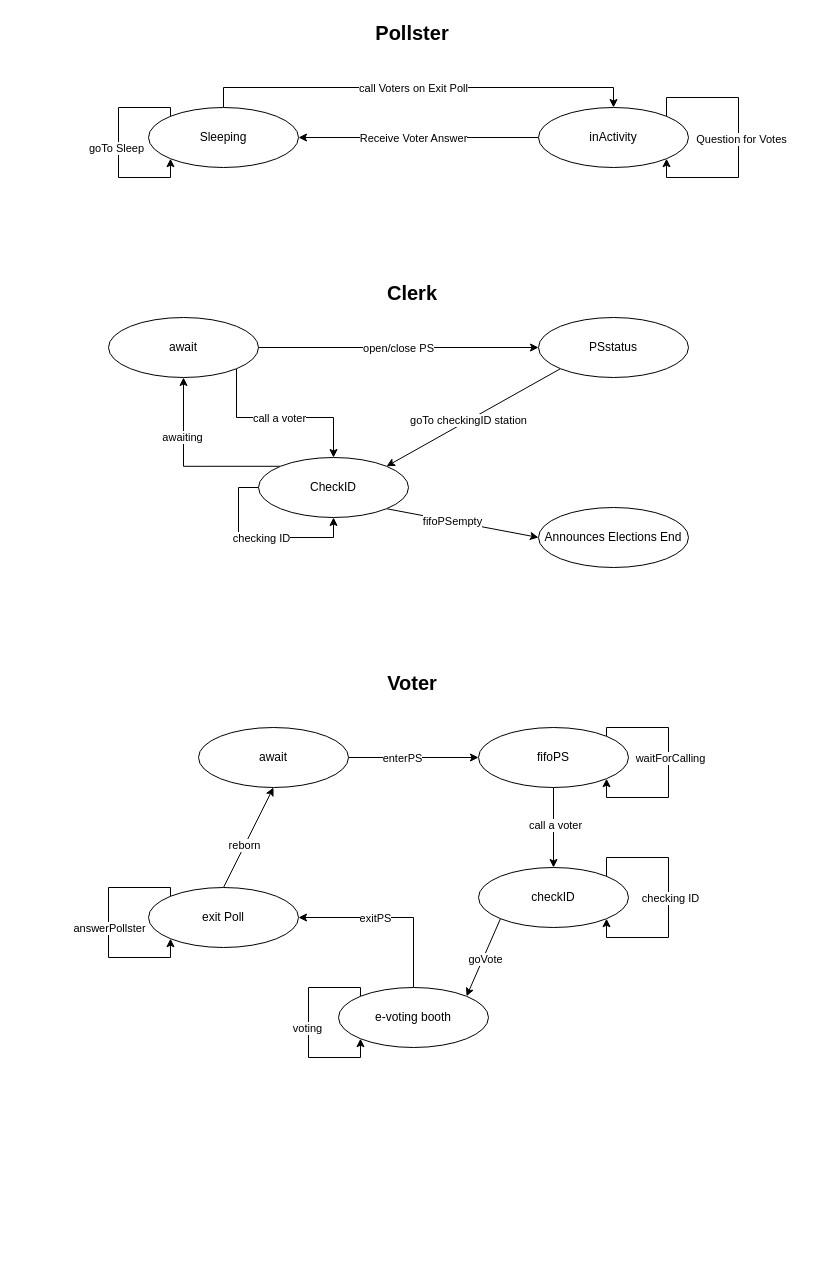
PedroMiguelTorresCarneiro/SD keeps this draw.io diagram as sd_assignment1.drawio. Above is the earlier version. Source tidied: cells renumbered, new cells numbered last; positions are measured from the earlier drawing's top-left corner, leaving out a move shared by most shapes. Both pictures are drawn from the tidied source at 100%, with x=0, y=0 at pixel (108, 17).
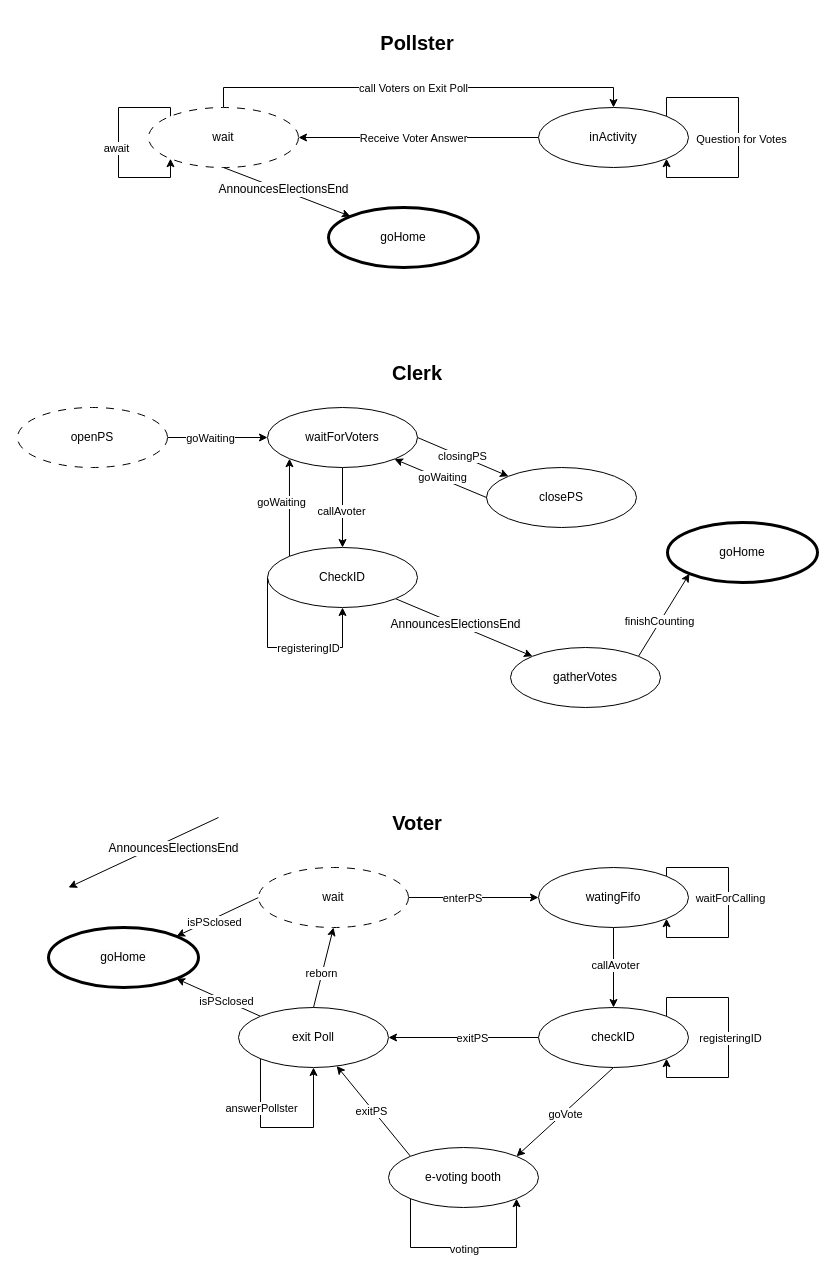
Above is the later version.

The change refers to these unchanged cells:
```xml
<mxCell id="11" style="edgeStyle=orthogonalEdgeStyle;rounded=0;orthogonalLoop=1;jettySize=auto;html=1;exitX=0;exitY=0;exitDx=0;exitDy=0;entryX=0;entryY=1;entryDx=0;entryDy=0;" parent="1" edge="1" source="5" target="5">
  <mxGeometry relative="1" as="geometry">
    <Array as="points">
      <mxPoint x="62" y="90" />
      <mxPoint x="10" y="90" />
      <mxPoint x="10" y="160" />
      <mxPoint x="62" y="160" />
    </Array>
  </mxGeometry>
</mxCell>
<mxCell id="34" style="edgeStyle=orthogonalEdgeStyle;rounded=0;jettySize=auto;html=1;exitX=0.5;exitY=1;exitDx=0;exitDy=0;entryX=0.5;entryY=0;entryDx=0;entryDy=0;" parent="1" edge="1" source="36" target="39">
  <mxGeometry relative="1" as="geometry" />
</mxCell>
```

The edit, as a diff of the source:
```diff
@@
     <mxCell id="2" value="&lt;b&gt;&lt;font style=&quot;font-size: 20px;&quot;&gt;Pollster&lt;/font&gt;&lt;/b&gt;" style="text;html=1;align=center;verticalAlign=middle;whiteSpace=wrap;rounded=0;" parent="1" vertex="1">
-      <mxGeometry x="264" width="80" height="30" as="geometry" />
+      <mxGeometry x="269" y="10" width="80" height="30" as="geometry" />
     </mxCell>
@@
+    <mxCell id="54" style="rounded=0;jettySize=auto;html=1;exitX=0.5;exitY=1;exitDx=0;exitDy=0;entryX=0;entryY=0;entryDx=0;entryDy=0;" parent="1" edge="1" source="5" target="67">
+      <mxGeometry relative="1" as="geometry" />
+    </mxCell>
+    <mxCell id="55" value="&lt;span style=&quot;font-size: 12px; text-wrap: wrap; background-color: rgb(251, 251, 251);&quot;&gt;AnnouncesElectionsEnd&lt;/span&gt;" style="edgeLabel;html=1;align=center;verticalAlign=middle;" parent="54" vertex="1">
+      <mxGeometry x="-0.07" y="1" relative="1" as="geometry" />
+    </mxCell>
-    <mxCell id="5" value="Sleeping" style="ellipse;whiteSpace=wrap;html=1;" parent="1" vertex="1">
+    <mxCell id="5" value="wait" style="ellipse;whiteSpace=wrap;html=1;dashed=1;dashPattern=8 8;" parent="1" vertex="1">
       <mxGeometry x="40" y="90" width="150" height="60" as="geometry" />
     </mxCell>
@@
-    <mxCell id="12" value="goTo Sleep" style="edgeLabel;html=1;align=center;verticalAlign=middle;" parent="11" vertex="1">
+    <mxCell id="12" value="await" style="edgeLabel;html=1;align=center;verticalAlign=middle;" parent="11" vertex="1">
       <mxGeometry x="0.03" y="-3" relative="1" as="geometry">
         <mxPoint y="-3" as="offset" />
       </mxGeometry>
     </mxCell>
     <mxCell id="13" value="&lt;b&gt;&lt;font style=&quot;font-size: 20px;&quot;&gt;Clerk&lt;/font&gt;&lt;/b&gt;" style="text;html=1;align=center;verticalAlign=middle;whiteSpace=wrap;rounded=0;" parent="1" vertex="1">
-      <mxGeometry x="274" y="260" width="60" height="30" as="geometry" />
+      <mxGeometry x="279" y="340" width="60" height="30" as="geometry" />
     </mxCell>
-    <mxCell id="14" style="edgeStyle=orthogonalEdgeStyle;rounded=0;jettySize=auto;html=1;entryX=0;entryY=0.5;entryDx=0;entryDy=0;" parent="1" edge="1" source="18" target="21">
+    <mxCell id="14" style="rounded=0;jettySize=auto;html=1;entryX=1;entryY=0.5;entryDx=0;entryDy=0;startArrow=classic;startFill=1;endArrow=none;endFill=0;" parent="1" edge="1" source="18" target="21">
       <mxGeometry relative="1" as="geometry" />
     </mxCell>
-    <mxCell id="15" value="open/close PS" style="edgeLabel;html=1;align=center;verticalAlign=middle;" parent="14" vertex="1">
+    <mxCell id="15" value="goWaiting" style="edgeLabel;html=1;align=center;verticalAlign=middle;" parent="14" vertex="1">
       <mxGeometry x="-0.19" y="-2" relative="1" as="geometry">
-        <mxPoint x="26" y="-2" as="offset" />
+        <mxPoint x="-17" y="2" as="offset" />
       </mxGeometry>
     </mxCell>
-    <mxCell id="16" style="rounded=0;jettySize=auto;html=1;exitX=1;exitY=1;exitDx=0;exitDy=0;entryX=0.5;entryY=0;entryDx=0;entryDy=0;edgeStyle=orthogonalEdgeStyle;" parent="1" edge="1" source="18" target="26">
+    <mxCell id="16" style="rounded=0;jettySize=auto;html=1;exitX=0.5;exitY=1;exitDx=0;exitDy=0;entryX=0.5;entryY=0;entryDx=0;entryDy=0;" parent="1" edge="1" source="18" target="26">
       <mxGeometry relative="1" as="geometry" />
     </mxCell>
-    <mxCell id="17" value="call a voter" style="edgeLabel;html=1;align=center;verticalAlign=middle;" parent="16" vertex="1">
+    <mxCell id="17" value="callAvoter" style="edgeLabel;html=1;align=center;verticalAlign=middle;" parent="16" vertex="1">
       <mxGeometry x="0.02" y="2" relative="1" as="geometry">
         <mxPoint x="-4" y="2" as="offset" />
       </mxGeometry>
     </mxCell>
+    <mxCell id="56" style="rounded=0;jettySize=auto;html=1;exitX=1;exitY=0.5;exitDx=0;exitDy=0;entryX=0;entryY=0;entryDx=0;entryDy=0;" parent="1" edge="1" source="18" target="68">
+      <mxGeometry relative="1" as="geometry" />
+    </mxCell>
+    <mxCell id="57" value="closingPS" style="edgeLabel;html=1;align=center;verticalAlign=middle;" parent="56" vertex="1">
+      <mxGeometry x="-0.03" relative="1" as="geometry" />
+    </mxCell>
-    <mxCell id="18" value="await" style="ellipse;whiteSpace=wrap;html=1;" parent="1" vertex="1">
-      <mxGeometry y="300" width="150" height="60" as="geometry" />
+    <mxCell id="18" value="waitForVoters" style="ellipse;whiteSpace=wrap;html=1;" parent="1" vertex="1">
+      <mxGeometry x="159" y="390" width="150" height="60" as="geometry" />
     </mxCell>
-    <mxCell id="19" style="rounded=0;jettySize=auto;html=1;exitX=0;exitY=1;exitDx=0;exitDy=0;entryX=1;entryY=0;entryDx=0;entryDy=0;" parent="1" edge="1" source="21" target="26">
-      <mxGeometry relative="1" as="geometry" />
-    </mxCell>
-    <mxCell id="20" value="goTo checkingID station" style="edgeLabel;html=1;align=center;verticalAlign=middle;" parent="19" vertex="1">
-      <mxGeometry x="0.1" y="-1" relative="1" as="geometry">
-        <mxPoint x="4" y="-2" as="offset" />
-      </mxGeometry>
-    </mxCell>
-    <mxCell id="21" value="PSstatus" style="ellipse;whiteSpace=wrap;html=1;" parent="1" vertex="1">
-      <mxGeometry x="430" y="300" width="150" height="60" as="geometry" />
+    <mxCell id="21" value="openPS" style="ellipse;whiteSpace=wrap;html=1;dashed=1;dashPattern=8 8;" parent="1" vertex="1">
+      <mxGeometry x="-91" y="390" width="150" height="60" as="geometry" />
     </mxCell>
-    <mxCell id="22" style="rounded=0;jettySize=auto;html=1;exitX=0;exitY=0;exitDx=0;exitDy=0;entryX=0.5;entryY=1;entryDx=0;entryDy=0;edgeStyle=orthogonalEdgeStyle;" parent="1" edge="1" source="26" target="18">
-      <mxGeometry relative="1" as="geometry">
-        <Array as="points">
-          <mxPoint x="75" y="449" />
-        </Array>
-      </mxGeometry>
+    <mxCell id="22" style="rounded=0;jettySize=auto;html=1;exitX=0;exitY=0;exitDx=0;exitDy=0;entryX=0;entryY=1;entryDx=0;entryDy=0;" parent="1" edge="1" source="26" target="18">
+      <mxGeometry relative="1" as="geometry" />
     </mxCell>
-    <mxCell id="23" value="awaiting" style="edgeLabel;html=1;align=center;verticalAlign=middle;" parent="22" vertex="1">
+    <mxCell id="23" value="goWaiting" style="edgeLabel;html=1;align=center;verticalAlign=middle;" parent="22" vertex="1">
       <mxGeometry x="0.02" relative="1" as="geometry">
-        <mxPoint x="-3" y="-29" as="offset" />
+        <mxPoint x="-8" y="-4" as="offset" />
       </mxGeometry>
     </mxCell>
-    <mxCell id="24" style="rounded=0;jettySize=auto;html=1;exitX=1;exitY=1;exitDx=0;exitDy=0;entryX=0;entryY=0.5;entryDx=0;entryDy=0;" parent="1" edge="1" source="26" target="29">
+    <mxCell id="24" style="rounded=0;jettySize=auto;html=1;exitX=1;exitY=1;exitDx=0;exitDy=0;entryX=0;entryY=0;entryDx=0;entryDy=0;" parent="1" edge="1" source="26" target="29">
       <mxGeometry relative="1" as="geometry" />
     </mxCell>
-    <mxCell id="25" value="fifoPSempty" style="edgeLabel;html=1;align=center;verticalAlign=middle;" parent="24" vertex="1">
+    <mxCell id="25" value="&lt;span style=&quot;font-size: 12px; text-wrap: wrap; background-color: rgb(251, 251, 251);&quot;&gt;AnnouncesElectionsEnd&lt;/span&gt;" style="edgeLabel;html=1;align=center;verticalAlign=middle;" parent="24" vertex="1">
       <mxGeometry x="-0.13" relative="1" as="geometry" />
     </mxCell>
     <mxCell id="26" value="CheckID" style="ellipse;whiteSpace=wrap;html=1;" parent="1" vertex="1">
-      <mxGeometry x="150" y="440" width="150" height="60" as="geometry" />
+      <mxGeometry x="159" y="530" width="150" height="60" as="geometry" />
     </mxCell>
     <mxCell id="27" style="edgeStyle=orthogonalEdgeStyle;rounded=0;orthogonalLoop=1;jettySize=auto;html=1;exitX=0;exitY=0.5;exitDx=0;exitDy=0;entryX=0.5;entryY=1;entryDx=0;entryDy=0;" parent="1" edge="1" source="26" target="26">
-      <mxGeometry relative="1" as="geometry" />
+      <mxGeometry relative="1" as="geometry">
+        <Array as="points">
+          <mxPoint x="159" y="630" />
+          <mxPoint x="234" y="630" />
+        </Array>
+      </mxGeometry>
     </mxCell>
-    <mxCell id="28" value="checking ID" style="edgeLabel;html=1;align=center;verticalAlign=middle;" parent="27" vertex="1">
-      <mxGeometry x="-0.01" relative="1" as="geometry" />
+    <mxCell id="28" value="registeringID" style="edgeLabel;html=1;align=center;verticalAlign=middle;" parent="27" vertex="1">
+      <mxGeometry x="-0.01" relative="1" as="geometry">
+        <mxPoint x="18" as="offset" />
+      </mxGeometry>
     </mxCell>
+    <mxCell id="58" style="rounded=0;jettySize=auto;html=1;exitX=1;exitY=0;exitDx=0;exitDy=0;entryX=0;entryY=1;entryDx=0;entryDy=0;" parent="1" edge="1" source="29" target="69">
+      <mxGeometry relative="1" as="geometry" />
+    </mxCell>
+    <mxCell id="59" value="finishCounting" style="edgeLabel;html=1;align=center;verticalAlign=middle;" parent="58" vertex="1">
+      <mxGeometry x="-0.15" y="1" relative="1" as="geometry" />
+    </mxCell>
-    <mxCell id="29" value="Announces Elections End" style="ellipse;whiteSpace=wrap;html=1;" parent="1" vertex="1">
-      <mxGeometry x="430" y="490" width="150" height="60" as="geometry" />
+    <mxCell id="29" value="&lt;span style=&quot;color: rgb(0, 0, 0); font-family: Helvetica; font-size: 12px; font-style: normal; font-variant-ligatures: normal; font-variant-caps: normal; font-weight: 400; letter-spacing: normal; orphans: 2; text-align: center; text-indent: 0px; text-transform: none; widows: 2; word-spacing: 0px; -webkit-text-stroke-width: 0px; white-space: normal; background-color: rgb(251, 251, 251); text-decoration-thickness: initial; text-decoration-style: initial; text-decoration-color: initial; display: inline !important; float: none;&quot;&gt;gatherVotes&lt;/span&gt;" style="ellipse;whiteSpace=wrap;html=1;" parent="1" vertex="1">
+      <mxGeometry x="402" y="630" width="150" height="60" as="geometry" />
     </mxCell>
     <mxCell id="30" value="&lt;b&gt;&lt;font style=&quot;font-size: 20px;&quot;&gt;Voter&lt;/font&gt;&lt;/b&gt;" style="text;html=1;align=center;verticalAlign=middle;whiteSpace=wrap;rounded=0;" parent="1" vertex="1">
-      <mxGeometry x="274" y="650" width="60" height="30" as="geometry" />
+      <mxGeometry x="279" y="790" width="60" height="30" as="geometry" />
     </mxCell>
@@
+    <mxCell id="60" style="rounded=0;jettySize=auto;html=1;exitX=0;exitY=0.5;exitDx=0;exitDy=0;entryX=1;entryY=0;entryDx=0;entryDy=0;" parent="1" edge="1" source="33" target="72">
+      <mxGeometry relative="1" as="geometry" />
+    </mxCell>
+    <mxCell id="61" value="isPSclosed" style="edgeLabel;html=1;align=center;verticalAlign=middle;" parent="60" vertex="1">
+      <mxGeometry x="0.06" y="-2" relative="1" as="geometry">
+        <mxPoint y="6" as="offset" />
+      </mxGeometry>
+    </mxCell>
-    <mxCell id="33" value="await" style="ellipse;whiteSpace=wrap;html=1;" parent="1" vertex="1">
-      <mxGeometry x="90" y="710" width="150" height="60" as="geometry" />
+    <mxCell id="33" value="wait" style="ellipse;whiteSpace=wrap;html=1;dashed=1;dashPattern=8 8;" parent="1" vertex="1">
+      <mxGeometry x="150" y="850" width="150" height="60" as="geometry" />
     </mxCell>
@@
-    <mxCell id="35" value="call a voter" style="edgeLabel;html=1;align=center;verticalAlign=middle;" parent="34" vertex="1">
+    <mxCell id="35" value="callAvoter" style="edgeLabel;html=1;align=center;verticalAlign=middle;" parent="34" vertex="1">
       <mxGeometry x="-0.07" y="1" relative="1" as="geometry" />
     </mxCell>
-    <mxCell id="36" value="fifoPS" style="ellipse;whiteSpace=wrap;html=1;" parent="1" vertex="1">
-      <mxGeometry x="370" y="710" width="150" height="60" as="geometry" />
+    <mxCell id="36" value="watingFifo" style="ellipse;whiteSpace=wrap;html=1;" parent="1" vertex="1">
+      <mxGeometry x="430" y="850" width="150" height="60" as="geometry" />
     </mxCell>
-    <mxCell id="37" style="rounded=0;jettySize=auto;html=1;exitX=0;exitY=1;exitDx=0;exitDy=0;entryX=1;entryY=0;entryDx=0;entryDy=0;" parent="1" edge="1" source="39" target="42">
+    <mxCell id="37" style="rounded=0;jettySize=auto;html=1;exitX=0.5;exitY=1;exitDx=0;exitDy=0;entryX=1;entryY=0;entryDx=0;entryDy=0;" parent="1" edge="1" source="39" target="42">
       <mxGeometry relative="1" as="geometry" />
     </mxCell>
@@
+    <mxCell id="62" style="rounded=0;jettySize=auto;html=1;exitX=0;exitY=0.5;exitDx=0;exitDy=0;entryX=1;entryY=0.5;entryDx=0;entryDy=0;" parent="1" edge="1" source="39" target="45">
+      <mxGeometry relative="1" as="geometry" />
+    </mxCell>
+    <mxCell id="63" value="exitPS" style="edgeLabel;html=1;align=center;verticalAlign=middle;" parent="62" vertex="1">
+      <mxGeometry x="-0.11" relative="1" as="geometry" />
+    </mxCell>
     <mxCell id="39" value="checkID" style="ellipse;whiteSpace=wrap;html=1;" parent="1" vertex="1">
-      <mxGeometry x="370" y="850" width="150" height="60" as="geometry" />
+      <mxGeometry x="430" y="990" width="150" height="60" as="geometry" />
     </mxCell>
-    <mxCell id="40" style="rounded=0;jettySize=auto;html=1;exitX=0.5;exitY=0;exitDx=0;exitDy=0;entryX=1;entryY=0.5;entryDx=0;entryDy=0;edgeStyle=orthogonalEdgeStyle;" parent="1" edge="1" source="42" target="45">
+    <mxCell id="40" style="rounded=0;jettySize=auto;html=1;exitX=0;exitY=0;exitDx=0;exitDy=0;" parent="1" edge="1" source="42" target="45">
       <mxGeometry relative="1" as="geometry" />
     </mxCell>
     <mxCell id="41" value="exitPS" style="edgeLabel;html=1;align=center;verticalAlign=middle;" parent="40" vertex="1">
       <mxGeometry x="0.01" relative="1" as="geometry">
-        <mxPoint x="-16" as="offset" />
+        <mxPoint x="-2" as="offset" />
       </mxGeometry>
     </mxCell>
     <mxCell id="42" value="e-voting booth" style="ellipse;whiteSpace=wrap;html=1;" parent="1" vertex="1">
-      <mxGeometry x="230" y="970" width="150" height="60" as="geometry" />
+      <mxGeometry x="280" y="1130" width="150" height="60" as="geometry" />
     </mxCell>
@@
+    <mxCell id="64" style="rounded=0;jettySize=auto;html=1;exitX=0;exitY=0;exitDx=0;exitDy=0;entryX=1;entryY=1;entryDx=0;entryDy=0;" parent="1" edge="1" source="45" target="72">
+      <mxGeometry relative="1" as="geometry" />
+    </mxCell>
+    <mxCell id="65" style="edgeLabel;html=1;align=center;verticalAlign=middle;" parent="64" vertex="1">
+      <mxGeometry y="1" relative="1" as="geometry" />
+    </mxCell>
+    <mxCell id="66" value="isPSclosed" style="edgeLabel;html=1;align=center;verticalAlign=middle;" parent="64" vertex="1">
+      <mxGeometry x="-0.17" relative="1" as="geometry" />
+    </mxCell>
     <mxCell id="45" value="exit Poll" style="ellipse;whiteSpace=wrap;html=1;" parent="1" vertex="1">
-      <mxGeometry x="40" y="870" width="150" height="60" as="geometry" />
+      <mxGeometry x="130" y="990" width="150" height="60" as="geometry" />
     </mxCell>
-    <mxCell id="46" style="edgeStyle=orthogonalEdgeStyle;rounded=0;orthogonalLoop=1;jettySize=auto;html=1;exitX=0;exitY=0;exitDx=0;exitDy=0;entryX=0;entryY=1;entryDx=0;entryDy=0;" parent="1" edge="1" source="45" target="45">
+    <mxCell id="46" style="edgeStyle=orthogonalEdgeStyle;rounded=0;orthogonalLoop=1;jettySize=auto;html=1;exitX=0;exitY=1;exitDx=0;exitDy=0;entryX=0.5;entryY=1;entryDx=0;entryDy=0;" parent="1" edge="1" source="45" target="45">
       <mxGeometry relative="1" as="geometry">
         <Array as="points">
-          <mxPoint x="62" y="870" />
-          <mxPoint y="870" />
-          <mxPoint y="940" />
-          <mxPoint x="62" y="940" />
+          <mxPoint x="152" y="1110" />
+          <mxPoint x="205" y="1110" />
         </Array>
       </mxGeometry>
     </mxCell>
     <mxCell id="47" value="answerPollster" style="edgeLabel;html=1;align=center;verticalAlign=middle;" parent="46" vertex="1">
       <mxGeometry x="-0.07" relative="1" as="geometry">
-        <mxPoint y="8" as="offset" />
+        <mxPoint x="-16" y="-20" as="offset" />
       </mxGeometry>
     </mxCell>
     <mxCell id="48" style="edgeStyle=orthogonalEdgeStyle;rounded=0;orthogonalLoop=1;jettySize=auto;html=1;exitX=1;exitY=0;exitDx=0;exitDy=0;entryX=1;entryY=1;entryDx=0;entryDy=0;" parent="1" edge="1" source="36" target="36">
       <mxGeometry relative="1" as="geometry">
         <Array as="points">
-          <mxPoint x="498" y="710" />
-          <mxPoint x="560" y="710" />
-          <mxPoint x="560" y="780" />
-          <mxPoint x="498" y="780" />
+          <mxPoint x="558" y="850" />
+          <mxPoint x="620" y="850" />
+          <mxPoint x="620" y="920" />
+          <mxPoint x="558" y="920" />
         </Array>
       </mxGeometry>
     </mxCell>
@@
     <mxCell id="50" style="edgeStyle=orthogonalEdgeStyle;rounded=0;orthogonalLoop=1;jettySize=auto;html=1;exitX=1;exitY=0;exitDx=0;exitDy=0;entryX=1;entryY=1;entryDx=0;entryDy=0;" parent="1" edge="1" source="39" target="39">
       <mxGeometry relative="1" as="geometry">
         <Array as="points">
-          <mxPoint x="498" y="840" />
-          <mxPoint x="560" y="840" />
-          <mxPoint x="560" y="920" />
-          <mxPoint x="498" y="920" />
+          <mxPoint x="558" y="980" />
+          <mxPoint x="620" y="980" />
+          <mxPoint x="620" y="1060" />
+          <mxPoint x="558" y="1060" />
         </Array>
       </mxGeometry>
     </mxCell>
-    <mxCell id="51" value="checking ID" style="edgeLabel;html=1;align=center;verticalAlign=middle;" parent="50" vertex="1">
+    <mxCell id="51" value="registeringID" style="edgeLabel;html=1;align=center;verticalAlign=middle;" parent="50" vertex="1">
       <mxGeometry x="0.1" y="1" relative="1" as="geometry">
         <mxPoint y="-12" as="offset" />
       </mxGeometry>
     </mxCell>
+    <mxCell id="67" value="goHome" style="ellipse;whiteSpace=wrap;html=1;strokeWidth=3;" parent="1" vertex="1">
+      <mxGeometry x="220" y="190" width="150" height="60" as="geometry" />
+    </mxCell>
+    <mxCell id="68" value="closePS" style="ellipse;whiteSpace=wrap;html=1;" parent="1" vertex="1">
+      <mxGeometry x="378" y="450" width="150" height="60" as="geometry" />
+    </mxCell>
+    <mxCell id="69" value="&lt;span style=&quot;color: rgb(0, 0, 0); font-family: Helvetica; font-size: 12px; font-style: normal; font-variant-ligatures: normal; font-variant-caps: normal; font-weight: 400; letter-spacing: normal; orphans: 2; text-align: center; text-indent: 0px; text-transform: none; widows: 2; word-spacing: 0px; -webkit-text-stroke-width: 0px; white-space: normal; background-color: rgb(251, 251, 251); text-decoration-thickness: initial; text-decoration-style: initial; text-decoration-color: initial; display: inline !important; float: none;&quot;&gt;goHome&lt;/span&gt;" style="ellipse;whiteSpace=wrap;html=1;strokeWidth=3;" parent="1" vertex="1">
+      <mxGeometry x="559" y="505" width="150" height="60" as="geometry" />
+    </mxCell>
+    <mxCell id="70" style="rounded=0;jettySize=auto;html=1;exitX=0;exitY=0.5;exitDx=0;exitDy=0;" parent="1" edge="1" source="68" target="18">
+      <mxGeometry relative="1" as="geometry" />
+    </mxCell>
+    <mxCell id="71" value="goWaiting" style="edgeLabel;html=1;align=center;verticalAlign=middle;" parent="70" vertex="1">
+      <mxGeometry x="-0.01" y="-2" relative="1" as="geometry" />
+    </mxCell>
-    <mxCell id="52" style="edgeStyle=orthogonalEdgeStyle;rounded=0;orthogonalLoop=1;jettySize=auto;html=1;exitX=0;exitY=0;exitDx=0;exitDy=0;entryX=0;entryY=1;entryDx=0;entryDy=0;" parent="1" edge="1" source="42" target="42">
+    <mxCell id="52" style="edgeStyle=orthogonalEdgeStyle;rounded=0;orthogonalLoop=1;jettySize=auto;html=1;exitX=0;exitY=1;exitDx=0;exitDy=0;entryX=1;entryY=1;entryDx=0;entryDy=0;" parent="1" edge="1" source="42" target="42">
       <mxGeometry relative="1" as="geometry">
         <Array as="points">
-          <mxPoint x="252" y="970" />
-          <mxPoint x="200" y="970" />
-          <mxPoint x="200" y="1040" />
-          <mxPoint x="252" y="1040" />
+          <mxPoint x="302" y="1230" />
+          <mxPoint x="408" y="1230" />
         </Array>
       </mxGeometry>
     </mxCell>
     <mxCell id="53" value="voting" style="edgeLabel;html=1;align=center;verticalAlign=middle;" parent="52" vertex="1">
-      <mxGeometry x="0.03" y="-2" relative="1" as="geometry">
-        <mxPoint y="-3" as="offset" />
+      <mxGeometry x="-0.15" y="-1" relative="1" as="geometry">
+        <mxPoint x="15" as="offset" />
       </mxGeometry>
     </mxCell>
+    <mxCell id="72" value="&lt;span style=&quot;color: rgb(0, 0, 0); font-family: Helvetica; font-size: 12px; font-style: normal; font-variant-ligatures: normal; font-variant-caps: normal; font-weight: 400; letter-spacing: normal; orphans: 2; text-align: center; text-indent: 0px; text-transform: none; widows: 2; word-spacing: 0px; -webkit-text-stroke-width: 0px; white-space: normal; background-color: rgb(251, 251, 251); text-decoration-thickness: initial; text-decoration-style: initial; text-decoration-color: initial; display: inline !important; float: none;&quot;&gt;goHome&lt;/span&gt;" style="ellipse;whiteSpace=wrap;html=1;strokeWidth=3;" parent="1" vertex="1">
+      <mxGeometry x="-60" y="910" width="150" height="60" as="geometry" />
+    </mxCell>
+    <mxCell id="73" style="rounded=0;orthogonalLoop=1;jettySize=auto;html=1;" parent="1" edge="1">
+      <mxGeometry relative="1" as="geometry">
+        <mxPoint x="110" y="800" as="sourcePoint" />
+        <mxPoint x="-40" y="870" as="targetPoint" />
+      </mxGeometry>
+    </mxCell>
+    <mxCell id="74" value="&lt;span style=&quot;font-size: 12px; text-wrap: wrap; background-color: rgb(251, 251, 251);&quot;&gt;AnnouncesElectionsEnd&lt;/span&gt;" style="edgeLabel;html=1;align=center;verticalAlign=middle;" parent="73" vertex="1">
+      <mxGeometry x="-0.13" relative="1" as="geometry">
+        <mxPoint x="20" as="offset" />
+      </mxGeometry>
+    </mxCell>
```
